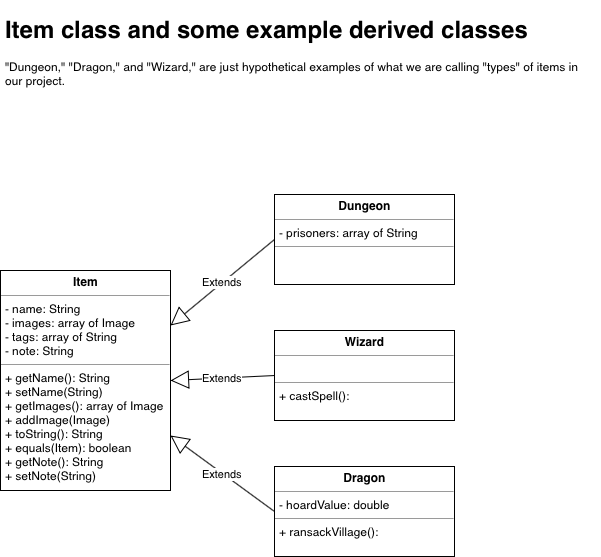
Above: ItemClasses.png in domzerchi/csci-1082-final (draw.io), before the change. Source tidied: cells renumbered, new cells last; positions are measured from the earlier drawing's top-left corner, leaving out a move shared by most shapes.
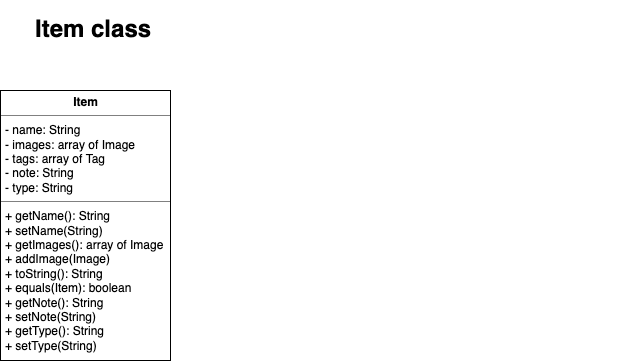
Above is the later version.

What changed in the source:
```diff
@@ -2,28 +2,10 @@
   <root>
     <mxCell id="0" />
     <mxCell id="1" parent="0" />
-    <mxCell id="2" value="&lt;p style=&quot;margin: 0px ; margin-top: 4px ; text-align: center&quot;&gt;&lt;b&gt;Item&lt;/b&gt;&lt;br&gt;&lt;/p&gt;&lt;hr size=&quot;1&quot;&gt;&lt;p style=&quot;margin: 0px ; margin-left: 4px&quot;&gt;- name: String&lt;/p&gt;&lt;p style=&quot;margin: 0px ; margin-left: 4px&quot;&gt;- images: array of Image&lt;/p&gt;&lt;p style=&quot;margin: 0px ; margin-left: 4px&quot;&gt;- tags: array of String&lt;br&gt;&lt;/p&gt;&lt;p style=&quot;margin: 0px ; margin-left: 4px&quot;&gt;- note: String&lt;/p&gt;&lt;hr size=&quot;1&quot;&gt;&lt;p style=&quot;margin: 0px ; margin-left: 4px&quot;&gt;+ getName(): String&lt;/p&gt;&lt;p style=&quot;margin: 0px ; margin-left: 4px&quot;&gt;+ setName(String)&lt;/p&gt;&lt;p style=&quot;margin: 0px ; margin-left: 4px&quot;&gt;+ getImages(): array of Image&lt;/p&gt;&lt;p style=&quot;margin: 0px ; margin-left: 4px&quot;&gt;+ addImage(Image)&lt;/p&gt;&lt;p style=&quot;margin: 0px ; margin-left: 4px&quot;&gt;+ toString(): String&lt;/p&gt;&lt;p style=&quot;margin: 0px ; margin-left: 4px&quot;&gt;+ equals(Item): boolean&lt;br&gt;&lt;/p&gt;&lt;p style=&quot;margin: 0px ; margin-left: 4px&quot;&gt;+ getNote(): String&lt;/p&gt;&lt;p style=&quot;margin: 0px ; margin-left: 4px&quot;&gt;+ setNote(String)&lt;/p&gt;&lt;p style=&quot;margin: 0px ; margin-left: 4px&quot;&gt;&lt;br&gt;&lt;/p&gt;" style="verticalAlign=top;align=left;overflow=fill;fontSize=12;fontFamily=Helvetica;html=1;" parent="1" vertex="1">
-      <mxGeometry y="260" width="170" height="220" as="geometry" />
+    <mxCell id="2" value="&lt;p style=&quot;margin: 0px ; margin-top: 4px ; text-align: center&quot;&gt;&lt;b&gt;Item&lt;/b&gt;&lt;br&gt;&lt;/p&gt;&lt;hr size=&quot;1&quot;&gt;&lt;p style=&quot;margin: 0px ; margin-left: 4px&quot;&gt;- name: String&lt;/p&gt;&lt;p style=&quot;margin: 0px ; margin-left: 4px&quot;&gt;- images: array of Image&lt;/p&gt;&lt;p style=&quot;margin: 0px ; margin-left: 4px&quot;&gt;- tags: array of Tag&lt;br&gt;&lt;/p&gt;&lt;p style=&quot;margin: 0px ; margin-left: 4px&quot;&gt;- note: String&lt;/p&gt;&lt;p style=&quot;margin: 0px ; margin-left: 4px&quot;&gt;- type: String&lt;br&gt;&lt;/p&gt;&lt;hr size=&quot;1&quot;&gt;&lt;p style=&quot;margin: 0px ; margin-left: 4px&quot;&gt;+ getName(): String&lt;/p&gt;&lt;p style=&quot;margin: 0px ; margin-left: 4px&quot;&gt;+ setName(String)&lt;/p&gt;&lt;p style=&quot;margin: 0px ; margin-left: 4px&quot;&gt;+ getImages(): array of Image&lt;/p&gt;&lt;p style=&quot;margin: 0px ; margin-left: 4px&quot;&gt;+ addImage(Image)&lt;/p&gt;&lt;p style=&quot;margin: 0px ; margin-left: 4px&quot;&gt;+ toString(): String&lt;/p&gt;&lt;p style=&quot;margin: 0px ; margin-left: 4px&quot;&gt;+ equals(Item): boolean&lt;br&gt;&lt;/p&gt;&lt;p style=&quot;margin: 0px ; margin-left: 4px&quot;&gt;+ getNote(): String&lt;/p&gt;&lt;p style=&quot;margin: 0px ; margin-left: 4px&quot;&gt;+ setNote(String)&lt;/p&gt;&lt;p style=&quot;margin: 0px ; margin-left: 4px&quot;&gt;+ getType(): String&lt;/p&gt;&lt;p style=&quot;margin: 0px ; margin-left: 4px&quot;&gt;+ setType(String)&lt;/p&gt;" style="verticalAlign=top;align=left;overflow=fill;fontSize=12;fontFamily=Helvetica;html=1;" parent="1" vertex="1">
+      <mxGeometry x="-30" y="80" width="170" height="270" as="geometry" />
     </mxCell>
-    <mxCell id="3" value="&lt;p style=&quot;margin: 0px ; margin-top: 4px ; text-align: center&quot;&gt;&lt;b&gt;Dungeon&lt;/b&gt;&lt;br&gt;&lt;/p&gt;&lt;hr size=&quot;1&quot;&gt;&lt;p style=&quot;margin: 0px ; margin-left: 4px&quot;&gt;- prisoners: array of String&lt;br&gt;&lt;/p&gt;&lt;hr size=&quot;1&quot;&gt;" style="verticalAlign=top;align=left;overflow=fill;fontSize=12;fontFamily=Helvetica;html=1;" parent="1" vertex="1">
-      <mxGeometry x="274" y="184" width="180" height="90" as="geometry" />
-    </mxCell>
-    <mxCell id="4" value="&lt;p style=&quot;margin: 0px ; margin-top: 4px ; text-align: center&quot;&gt;&lt;b&gt;Wizard&lt;/b&gt;&lt;/p&gt;&lt;hr size=&quot;1&quot;&gt;&lt;p style=&quot;margin: 0px ; margin-left: 4px&quot;&gt;&lt;br&gt;&lt;/p&gt;&lt;hr size=&quot;1&quot;&gt;&lt;p style=&quot;margin: 0px ; margin-left: 4px&quot;&gt;+ castSpell(): &lt;br&gt;&lt;/p&gt;" style="verticalAlign=top;align=left;overflow=fill;fontSize=12;fontFamily=Helvetica;html=1;" parent="1" vertex="1">
-      <mxGeometry x="274" y="320" width="180" height="90" as="geometry" />
-    </mxCell>
-    <mxCell id="5" value="&lt;p style=&quot;margin: 0px ; margin-top: 4px ; text-align: center&quot;&gt;&lt;b&gt;Dragon&lt;/b&gt;&lt;br&gt;&lt;/p&gt;&lt;hr size=&quot;1&quot;&gt;&lt;p style=&quot;margin: 0px ; margin-left: 4px&quot;&gt;- hoardValue: double&lt;br&gt;&lt;/p&gt;&lt;hr size=&quot;1&quot;&gt;&lt;p style=&quot;margin: 0px ; margin-left: 4px&quot;&gt;+ ransackVillage(): &lt;br&gt;&lt;/p&gt;" style="verticalAlign=top;align=left;overflow=fill;fontSize=12;fontFamily=Helvetica;html=1;" parent="1" vertex="1">
-      <mxGeometry x="274" y="456" width="180" height="90" as="geometry" />
-    </mxCell>
-    <mxCell id="6" value="Extends" style="endArrow=block;endSize=16;endFill=0;html=1;exitX=0;exitY=0.5;exitDx=0;exitDy=0;entryX=1;entryY=0.25;entryDx=0;entryDy=0;" parent="1" edge="1" source="3" target="2">
-      <mxGeometry relative="1" as="geometry" />
-    </mxCell>
-    <mxCell id="7" value="Extends" style="endArrow=block;endSize=16;endFill=0;html=1;exitX=0;exitY=0.5;exitDx=0;exitDy=0;entryX=1;entryY=0.5;entryDx=0;entryDy=0;" parent="1" edge="1" source="4" target="2">
-      <mxGeometry relative="1" as="geometry" />
-    </mxCell>
-    <mxCell id="8" value="Extends" style="endArrow=block;endSize=16;endFill=0;html=1;exitX=0;exitY=0.5;exitDx=0;exitDy=0;entryX=1;entryY=0.75;entryDx=0;entryDy=0;" parent="1" edge="1" source="5" target="2">
-      <mxGeometry relative="1" as="geometry" />
-    </mxCell>
-    <mxCell id="9" value="&lt;h1&gt;Item class and some example derived classes &lt;br&gt;&lt;/h1&gt;&lt;p&gt;&quot;Dungeon,&quot; &quot;Dragon,&quot; and &quot;Wizard,&quot; are just hypothetical examples of what we are calling &quot;types&quot; of items in our project.&lt;br&gt;&lt;/p&gt;" style="text;html=1;strokeColor=none;fillColor=none;spacing=5;spacingTop=-20;whiteSpace=wrap;overflow=hidden;rounded=0;" parent="1" vertex="1">
+    <mxCell id="9" value="&lt;h1&gt;Item class &lt;br&gt;&lt;/h1&gt;&lt;p&gt;&lt;br&gt;&lt;/p&gt;" style="text;html=1;strokeColor=none;fillColor=none;spacing=5;spacingTop=-20;whiteSpace=wrap;overflow=hidden;rounded=0;" parent="1" vertex="1">
       <mxGeometry width="600" height="120" as="geometry" />
     </mxCell>
   </root>
```
